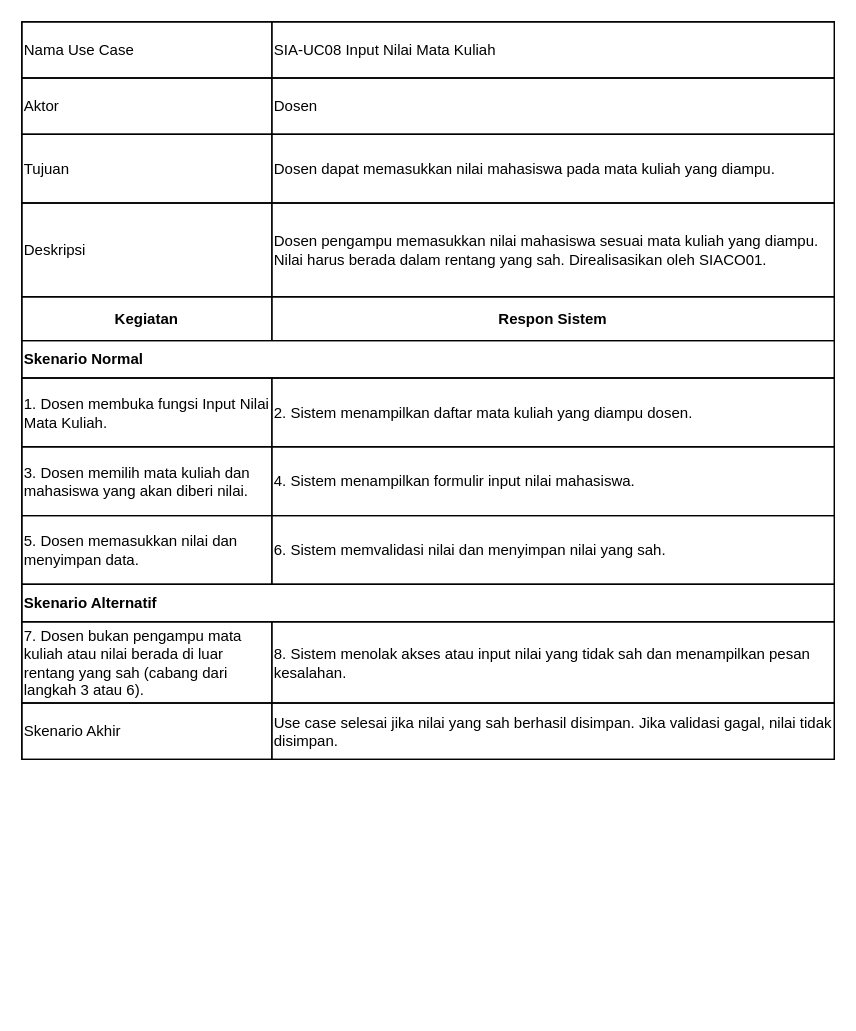
This is page "SIA-UC08" (2 of 7) of 04_model_analisis/P05/SIA/P05_2406030_SIA_skenario_v01.drawio from eyka02/IFRWP5149_2406030_LabAlat, a draw.io file, before an edit. Source tidied: cells renumbered, new cells numbered last; positions are measured from the earlier drawing's top-left corner, leaving out a move shared by most shapes. Both pictures are drawn from the tidied source at 125%, with x=0, y=0 at pixel (21, 21).
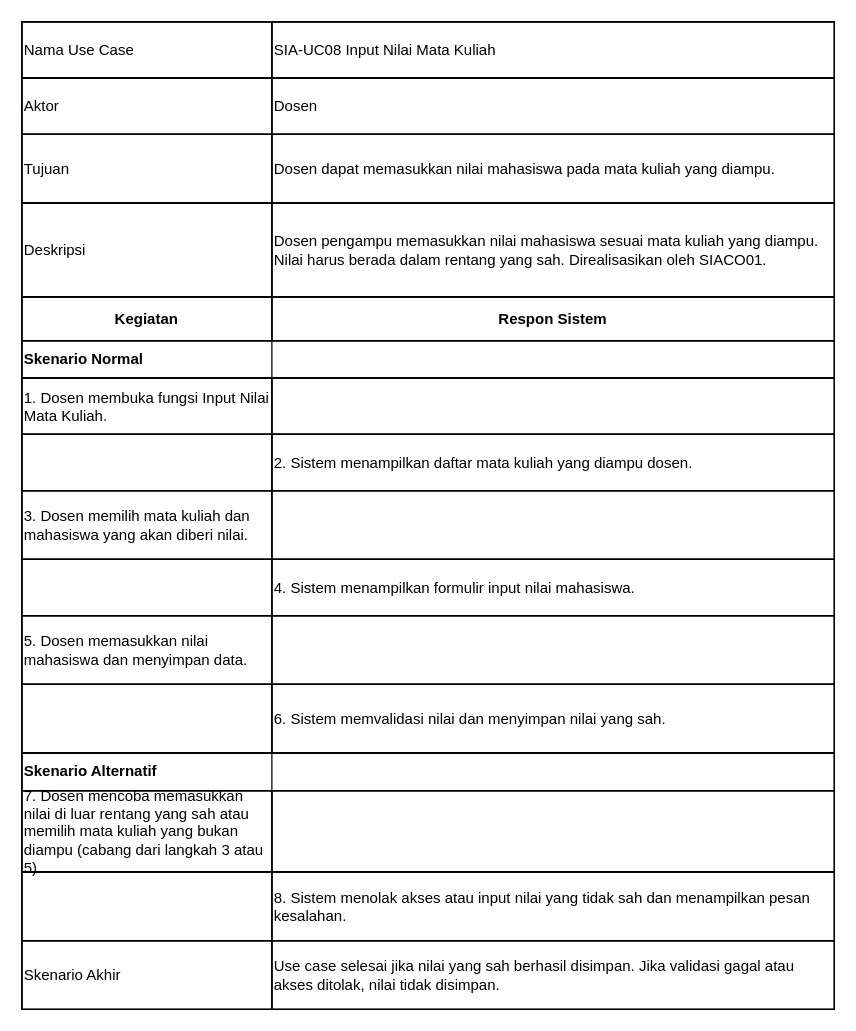
After the change.

The edit, as a diff of the source:
```diff
@@
-    <mxCell id="2" style="shape=table;startSize=0;childLayout=tableLayout;fixedHeader=1;tableRender=collapsed;fillColor=none;strokeColor=#000000;" parent="1" vertex="1">
-      <mxGeometry width="650" height="590" as="geometry" />
+    <mxCell id="2" style="shape=table;startSize=0;childLayout=tableLayout;fixedHeader=1;tableRender=collapsed;fillColor=none;strokeColor=#000000;strokeWidth=1;" parent="1" vertex="1">
+      <mxGeometry width="650" height="790" as="geometry" />
     </mxCell>
-    <mxCell id="3" style="shape=tableRow;horizontal=0;startSize=0;" parent="2" vertex="1">
+    <mxCell id="3" style="shape=tableRow;horizontal=0;startSize=0;strokeColor=#000000;strokeWidth=1;fillColor=none;" parent="2" vertex="1">
       <mxGeometry width="650" height="45" as="geometry" />
     </mxCell>
-    <mxCell id="4" value="Nama Use Case" style="shape=partialRectangle;html=1;whiteSpace=wrap;align=left;verticalAlign=middle;fillColor=none;strokeColor=#000000;" parent="3" vertex="1">
+    <mxCell id="4" value="Nama Use Case" style="shape=partialRectangle;html=1;whiteSpace=wrap;align=left;verticalAlign=middle;fillColor=none;strokeColor=#000000;strokeWidth=1;" parent="3" vertex="1">
       <mxGeometry width="200" height="45" as="geometry" />
     </mxCell>
-    <mxCell id="5" value="SIA-UC08 Input Nilai Mata Kuliah" style="shape=partialRectangle;html=1;whiteSpace=wrap;align=left;verticalAlign=middle;fillColor=none;strokeColor=#000000;" parent="3" vertex="1">
+    <mxCell id="5" value="SIA-UC08 Input Nilai Mata Kuliah" style="shape=partialRectangle;html=1;whiteSpace=wrap;align=left;verticalAlign=middle;fillColor=none;strokeColor=#000000;strokeWidth=1;" parent="3" vertex="1">
       <mxGeometry x="200" width="450" height="45" as="geometry" />
     </mxCell>
-    <mxCell id="6" style="shape=tableRow;horizontal=0;startSize=0;" parent="2" vertex="1">
+    <mxCell id="6" style="shape=tableRow;horizontal=0;startSize=0;strokeColor=#000000;strokeWidth=1;fillColor=none;" parent="2" vertex="1">
       <mxGeometry y="45" width="650" height="45" as="geometry" />
     </mxCell>
-    <mxCell id="7" value="Aktor" style="shape=partialRectangle;html=1;whiteSpace=wrap;align=left;verticalAlign=middle;fillColor=none;strokeColor=#000000;" parent="6" vertex="1">
+    <mxCell id="7" value="Aktor" style="shape=partialRectangle;html=1;whiteSpace=wrap;align=left;verticalAlign=middle;fillColor=none;strokeColor=#000000;strokeWidth=1;" parent="6" vertex="1">
       <mxGeometry width="200" height="45" as="geometry" />
     </mxCell>
-    <mxCell id="8" value="Dosen" style="shape=partialRectangle;html=1;whiteSpace=wrap;align=left;verticalAlign=middle;fillColor=none;strokeColor=#000000;" parent="6" vertex="1">
+    <mxCell id="8" value="Dosen" style="shape=partialRectangle;html=1;whiteSpace=wrap;align=left;verticalAlign=middle;fillColor=none;strokeColor=#000000;strokeWidth=1;" parent="6" vertex="1">
       <mxGeometry x="200" width="450" height="45" as="geometry" />
     </mxCell>
-    <mxCell id="9" style="shape=tableRow;horizontal=0;startSize=0;" parent="2" vertex="1">
+    <mxCell id="9" style="shape=tableRow;horizontal=0;startSize=0;strokeColor=#000000;strokeWidth=1;fillColor=none;" parent="2" vertex="1">
       <mxGeometry y="90" width="650" height="55" as="geometry" />
     </mxCell>
-    <mxCell id="10" value="Tujuan" style="shape=partialRectangle;html=1;whiteSpace=wrap;align=left;verticalAlign=middle;fillColor=none;strokeColor=#000000;" parent="9" vertex="1">
+    <mxCell id="10" value="Tujuan" style="shape=partialRectangle;html=1;whiteSpace=wrap;align=left;verticalAlign=middle;fillColor=none;strokeColor=#000000;strokeWidth=1;" parent="9" vertex="1">
       <mxGeometry width="200" height="55" as="geometry" />
     </mxCell>
-    <mxCell id="11" value="Dosen dapat memasukkan nilai mahasiswa pada mata kuliah yang diampu." style="shape=partialRectangle;html=1;whiteSpace=wrap;align=left;verticalAlign=middle;fillColor=none;strokeColor=#000000;" parent="9" vertex="1">
+    <mxCell id="11" value="Dosen dapat memasukkan nilai mahasiswa pada mata kuliah yang diampu." style="shape=partialRectangle;html=1;whiteSpace=wrap;align=left;verticalAlign=middle;fillColor=none;strokeColor=#000000;strokeWidth=1;" parent="9" vertex="1">
       <mxGeometry x="200" width="450" height="55" as="geometry" />
     </mxCell>
-    <mxCell id="12" style="shape=tableRow;horizontal=0;startSize=0;" parent="2" vertex="1">
+    <mxCell id="12" style="shape=tableRow;horizontal=0;startSize=0;strokeColor=#000000;strokeWidth=1;fillColor=none;" parent="2" vertex="1">
       <mxGeometry y="145" width="650" height="75" as="geometry" />
     </mxCell>
-    <mxCell id="13" value="Deskripsi" style="shape=partialRectangle;html=1;whiteSpace=wrap;align=left;verticalAlign=middle;fillColor=none;strokeColor=#000000;" parent="12" vertex="1">
+    <mxCell id="13" value="Deskripsi" style="shape=partialRectangle;html=1;whiteSpace=wrap;align=left;verticalAlign=middle;fillColor=none;strokeColor=#000000;strokeWidth=1;" parent="12" vertex="1">
       <mxGeometry width="200" height="75" as="geometry" />
     </mxCell>
-    <mxCell id="14" value="Dosen pengampu memasukkan nilai mahasiswa sesuai mata kuliah yang diampu. Nilai harus berada dalam rentang yang sah. Direalisasikan oleh SIACO01." style="shape=partialRectangle;html=1;whiteSpace=wrap;align=left;verticalAlign=middle;fillColor=none;strokeColor=#000000;" parent="12" vertex="1">
+    <mxCell id="14" value="Dosen pengampu memasukkan nilai mahasiswa sesuai mata kuliah yang diampu. Nilai harus berada dalam rentang yang sah. Direalisasikan oleh SIACO01." style="shape=partialRectangle;html=1;whiteSpace=wrap;align=left;verticalAlign=middle;fillColor=none;strokeColor=#000000;strokeWidth=1;" parent="12" vertex="1">
       <mxGeometry x="200" width="450" height="75" as="geometry" />
     </mxCell>
-    <mxCell id="15" style="shape=tableRow;horizontal=0;startSize=0;" parent="2" vertex="1">
+    <mxCell id="15" style="shape=tableRow;horizontal=0;startSize=0;strokeColor=#000000;strokeWidth=1;fillColor=none;" parent="2" vertex="1">
       <mxGeometry y="220" width="650" height="35" as="geometry" />
     </mxCell>
-    <mxCell id="16" value="Kegiatan" style="shape=partialRectangle;html=1;whiteSpace=wrap;align=center;verticalAlign=middle;fontStyle=1;fillColor=none;strokeColor=#000000;" parent="15" vertex="1">
+    <mxCell id="16" value="Kegiatan" style="shape=partialRectangle;html=1;whiteSpace=wrap;align=center;verticalAlign=middle;fontStyle=1;fillColor=none;strokeColor=#000000;strokeWidth=1;" parent="15" vertex="1">
       <mxGeometry width="200" height="35" as="geometry" />
     </mxCell>
-    <mxCell id="17" value="Respon Sistem" style="shape=partialRectangle;html=1;whiteSpace=wrap;align=center;verticalAlign=middle;fontStyle=1;fillColor=none;strokeColor=#000000;" parent="15" vertex="1">
+    <mxCell id="17" value="Respon Sistem" style="shape=partialRectangle;html=1;whiteSpace=wrap;align=center;verticalAlign=middle;fontStyle=1;fillColor=none;strokeColor=#000000;strokeWidth=1;" parent="15" vertex="1">
       <mxGeometry x="200" width="450" height="35" as="geometry" />
     </mxCell>
-    <mxCell id="18" style="shape=tableRow;horizontal=0;startSize=0;" parent="2" vertex="1">
+    <mxCell id="18" style="shape=tableRow;horizontal=0;startSize=0;strokeColor=#000000;strokeWidth=1;fillColor=none;" parent="2" vertex="1">
       <mxGeometry y="255" width="650" height="30" as="geometry" />
     </mxCell>
-    <mxCell id="19" value="Skenario Normal" style="shape=partialRectangle;html=1;whiteSpace=wrap;align=left;verticalAlign=middle;fontStyle=1;fillColor=none;strokeColor=#000000;" parent="18" vertex="1">
+    <mxCell id="19" value="Skenario Normal" style="shape=partialRectangle;html=1;whiteSpace=wrap;align=left;verticalAlign=middle;fontStyle=1;fillColor=none;strokeColor=#000000;strokeWidth=1;" parent="18" vertex="1">
       <mxGeometry width="650" height="30" as="geometry" />
     </mxCell>
-    <mxCell id="20" style="shape=tableRow;horizontal=0;startSize=0;" parent="2" vertex="1">
-      <mxGeometry y="285" width="650" height="55" as="geometry" />
+    <mxCell id="20" style="shape=tableRow;horizontal=0;startSize=0;strokeColor=#000000;strokeWidth=1;fillColor=none;" parent="2" vertex="1">
+      <mxGeometry y="285" width="650" height="45" as="geometry" />
     </mxCell>
-    <mxCell id="21" value="1. Dosen membuka fungsi Input Nilai Mata Kuliah." style="shape=partialRectangle;html=1;whiteSpace=wrap;align=left;verticalAlign=middle;fillColor=none;strokeColor=#000000;" parent="20" vertex="1">
-      <mxGeometry width="200" height="55" as="geometry" />
+    <mxCell id="21" value="1. Dosen membuka fungsi Input Nilai Mata Kuliah." style="shape=partialRectangle;html=1;whiteSpace=wrap;align=left;verticalAlign=middle;fillColor=none;strokeColor=#000000;strokeWidth=1;" parent="20" vertex="1">
+      <mxGeometry width="200" height="45" as="geometry" />
     </mxCell>
-    <mxCell id="22" value="2. Sistem menampilkan daftar mata kuliah yang diampu dosen." style="shape=partialRectangle;html=1;whiteSpace=wrap;align=left;verticalAlign=middle;fillColor=none;strokeColor=#000000;" parent="20" vertex="1">
-      <mxGeometry x="200" width="450" height="55" as="geometry" />
+    <mxCell id="22" style="shape=partialRectangle;html=1;whiteSpace=wrap;align=left;verticalAlign=middle;fillColor=none;strokeColor=#000000;strokeWidth=1;" parent="20" vertex="1">
+      <mxGeometry x="200" width="450" height="45" as="geometry" />
     </mxCell>
-    <mxCell id="23" style="shape=tableRow;horizontal=0;startSize=0;" parent="2" vertex="1">
-      <mxGeometry y="340" width="650" height="55" as="geometry" />
+    <mxCell id="23" style="shape=tableRow;horizontal=0;startSize=0;strokeColor=#000000;strokeWidth=1;fillColor=none;" parent="2" vertex="1">
+      <mxGeometry y="330" width="650" height="45" as="geometry" />
     </mxCell>
-    <mxCell id="24" value="3. Dosen memilih mata kuliah dan mahasiswa yang akan diberi nilai." style="shape=partialRectangle;html=1;whiteSpace=wrap;align=left;verticalAlign=middle;fillColor=none;strokeColor=#000000;" parent="23" vertex="1">
-      <mxGeometry width="200" height="55" as="geometry" />
+    <mxCell id="24" style="shape=partialRectangle;html=1;whiteSpace=wrap;align=left;verticalAlign=middle;fillColor=none;strokeColor=#000000;strokeWidth=1;" parent="23" vertex="1">
+      <mxGeometry width="200" height="45" as="geometry" />
     </mxCell>
-    <mxCell id="25" value="4. Sistem menampilkan formulir input nilai mahasiswa." style="shape=partialRectangle;html=1;whiteSpace=wrap;align=left;verticalAlign=middle;fillColor=none;strokeColor=#000000;" parent="23" vertex="1">
-      <mxGeometry x="200" width="450" height="55" as="geometry" />
+    <mxCell id="25" value="2. Sistem menampilkan daftar mata kuliah yang diampu dosen." style="shape=partialRectangle;html=1;whiteSpace=wrap;align=left;verticalAlign=middle;fillColor=none;strokeColor=#000000;strokeWidth=1;" parent="23" vertex="1">
+      <mxGeometry x="200" width="450" height="45" as="geometry" />
     </mxCell>
-    <mxCell id="26" style="shape=tableRow;horizontal=0;startSize=0;" parent="2" vertex="1">
-      <mxGeometry y="395" width="650" height="55" as="geometry" />
+    <mxCell id="26" style="shape=tableRow;horizontal=0;startSize=0;strokeColor=#000000;strokeWidth=1;fillColor=none;" parent="2" vertex="1">
+      <mxGeometry y="375" width="650" height="55" as="geometry" />
     </mxCell>
-    <mxCell id="27" value="5. Dosen memasukkan nilai dan menyimpan data." style="shape=partialRectangle;html=1;whiteSpace=wrap;align=left;verticalAlign=middle;fillColor=none;strokeColor=#000000;" parent="26" vertex="1">
+    <mxCell id="27" value="3. Dosen memilih mata kuliah dan mahasiswa yang akan diberi nilai." style="shape=partialRectangle;html=1;whiteSpace=wrap;align=left;verticalAlign=middle;fillColor=none;strokeColor=#000000;strokeWidth=1;" parent="26" vertex="1">
       <mxGeometry width="200" height="55" as="geometry" />
     </mxCell>
-    <mxCell id="28" value="6. Sistem memvalidasi nilai dan menyimpan nilai yang sah." style="shape=partialRectangle;html=1;whiteSpace=wrap;align=left;verticalAlign=middle;fillColor=none;strokeColor=#000000;" parent="26" vertex="1">
+    <mxCell id="28" style="shape=partialRectangle;html=1;whiteSpace=wrap;align=left;verticalAlign=middle;fillColor=none;strokeColor=#000000;strokeWidth=1;" parent="26" vertex="1">
       <mxGeometry x="200" width="450" height="55" as="geometry" />
     </mxCell>
-    <mxCell id="29" style="shape=tableRow;horizontal=0;startSize=0;" parent="2" vertex="1">
-      <mxGeometry y="450" width="650" height="30" as="geometry" />
+    <mxCell id="29" style="shape=tableRow;horizontal=0;startSize=0;strokeColor=#000000;strokeWidth=1;fillColor=none;" parent="2" vertex="1">
+      <mxGeometry y="430" width="650" height="45" as="geometry" />
     </mxCell>
-    <mxCell id="30" value="Skenario Alternatif" style="shape=partialRectangle;html=1;whiteSpace=wrap;align=left;verticalAlign=middle;fontStyle=1;fillColor=none;strokeColor=#000000;" parent="29" vertex="1">
-      <mxGeometry width="650" height="30" as="geometry" />
-    </mxCell>
+    <mxCell id="37" style="shape=partialRectangle;html=1;whiteSpace=wrap;align=left;verticalAlign=middle;fillColor=none;strokeColor=#000000;strokeWidth=1;" parent="29" vertex="1">
+      <mxGeometry width="200" height="45" as="geometry" />
+    </mxCell>
+    <mxCell id="38" value="4. Sistem menampilkan formulir input nilai mahasiswa." style="shape=partialRectangle;html=1;whiteSpace=wrap;align=left;verticalAlign=middle;fillColor=none;strokeColor=#000000;strokeWidth=1;" parent="29" vertex="1">
+      <mxGeometry x="200" width="450" height="45" as="geometry" />
+    </mxCell>
-    <mxCell id="31" style="shape=tableRow;horizontal=0;startSize=0;" parent="2" vertex="1">
-      <mxGeometry y="480" width="650" height="65" as="geometry" />
+    <mxCell id="31" style="shape=tableRow;horizontal=0;startSize=0;strokeColor=#000000;strokeWidth=1;fillColor=none;" parent="2" vertex="1">
+      <mxGeometry y="475" width="650" height="55" as="geometry" />
     </mxCell>
-    <mxCell id="32" value="7. Dosen bukan pengampu mata kuliah atau nilai berada di luar rentang yang sah (cabang dari langkah 3 atau 6)." style="shape=partialRectangle;html=1;whiteSpace=wrap;align=left;verticalAlign=middle;fillColor=none;strokeColor=#000000;" parent="31" vertex="1">
-      <mxGeometry width="200" height="65" as="geometry" />
+    <mxCell id="32" value="5. Dosen memasukkan nilai mahasiswa dan menyimpan data." style="shape=partialRectangle;html=1;whiteSpace=wrap;align=left;verticalAlign=middle;fillColor=none;strokeColor=#000000;strokeWidth=1;" parent="31" vertex="1">
+      <mxGeometry width="200" height="55" as="geometry" />
     </mxCell>
-    <mxCell id="33" value="8. Sistem menolak akses atau input nilai yang tidak sah dan menampilkan pesan kesalahan." style="shape=partialRectangle;html=1;whiteSpace=wrap;align=left;verticalAlign=middle;fillColor=none;strokeColor=#000000;" parent="31" vertex="1">
-      <mxGeometry x="200" width="450" height="65" as="geometry" />
+    <mxCell id="33" style="shape=partialRectangle;html=1;whiteSpace=wrap;align=left;verticalAlign=middle;fillColor=none;strokeColor=#000000;strokeWidth=1;" parent="31" vertex="1">
+      <mxGeometry x="200" width="450" height="55" as="geometry" />
     </mxCell>
-    <mxCell id="34" style="shape=tableRow;horizontal=0;startSize=0;" parent="2" vertex="1">
-      <mxGeometry y="545" width="650" height="45" as="geometry" />
+    <mxCell id="34" style="shape=tableRow;horizontal=0;startSize=0;strokeColor=#000000;strokeWidth=1;fillColor=none;" parent="2" vertex="1">
+      <mxGeometry y="530" width="650" height="55" as="geometry" />
     </mxCell>
-    <mxCell id="35" value="Skenario Akhir" style="shape=partialRectangle;html=1;whiteSpace=wrap;align=left;verticalAlign=middle;fillColor=none;strokeColor=#000000;" parent="34" vertex="1">
-      <mxGeometry width="200" height="45" as="geometry" />
+    <mxCell id="35" style="shape=partialRectangle;html=1;whiteSpace=wrap;align=left;verticalAlign=middle;fillColor=none;strokeColor=#000000;strokeWidth=1;" parent="34" vertex="1">
+      <mxGeometry width="200" height="55" as="geometry" />
     </mxCell>
-    <mxCell id="36" value="Use case selesai jika nilai yang sah berhasil disimpan. Jika validasi gagal, nilai tidak disimpan." style="shape=partialRectangle;html=1;whiteSpace=wrap;align=left;verticalAlign=middle;fillColor=none;strokeColor=#000000;" parent="34" vertex="1">
-      <mxGeometry x="200" width="450" height="45" as="geometry" />
+    <mxCell id="36" value="6. Sistem memvalidasi nilai dan menyimpan nilai yang sah." style="shape=partialRectangle;html=1;whiteSpace=wrap;align=left;verticalAlign=middle;fillColor=none;strokeColor=#000000;strokeWidth=1;" parent="34" vertex="1">
+      <mxGeometry x="200" width="450" height="55" as="geometry" />
     </mxCell>
+    <mxCell id="39" style="shape=tableRow;horizontal=0;startSize=0;strokeColor=#000000;strokeWidth=1;fillColor=none;" parent="2" vertex="1">
+      <mxGeometry y="585" width="650" height="30" as="geometry" />
+    </mxCell>
+    <mxCell id="30" value="Skenario Alternatif" style="shape=partialRectangle;html=1;whiteSpace=wrap;align=left;verticalAlign=middle;fontStyle=1;fillColor=none;strokeColor=#000000;strokeWidth=1;" parent="39" vertex="1">
+      <mxGeometry width="650" height="30" as="geometry" />
+    </mxCell>
+    <mxCell id="40" style="shape=tableRow;horizontal=0;startSize=0;strokeColor=#000000;strokeWidth=1;fillColor=none;" parent="2" vertex="1">
+      <mxGeometry y="615" width="650" height="65" as="geometry" />
+    </mxCell>
+    <mxCell id="41" value="7. Dosen mencoba memasukkan nilai di luar rentang yang sah atau memilih mata kuliah yang bukan diampu (cabang dari langkah 3 atau 5)." style="shape=partialRectangle;html=1;whiteSpace=wrap;align=left;verticalAlign=middle;fillColor=none;strokeColor=#000000;strokeWidth=1;" parent="40" vertex="1">
+      <mxGeometry width="200" height="65" as="geometry" />
+    </mxCell>
+    <mxCell id="42" style="shape=partialRectangle;html=1;whiteSpace=wrap;align=left;verticalAlign=middle;fillColor=none;strokeColor=#000000;strokeWidth=1;" parent="40" vertex="1">
+      <mxGeometry x="200" width="450" height="65" as="geometry" />
+    </mxCell>
+    <mxCell id="43" style="shape=tableRow;horizontal=0;startSize=0;strokeColor=#000000;strokeWidth=1;fillColor=none;" parent="2" vertex="1">
+      <mxGeometry y="680" width="650" height="55" as="geometry" />
+    </mxCell>
+    <mxCell id="44" style="shape=partialRectangle;html=1;whiteSpace=wrap;align=left;verticalAlign=middle;fillColor=none;strokeColor=#000000;strokeWidth=1;" parent="43" vertex="1">
+      <mxGeometry width="200" height="55" as="geometry" />
+    </mxCell>
+    <mxCell id="45" value="8. Sistem menolak akses atau input nilai yang tidak sah dan menampilkan pesan kesalahan." style="shape=partialRectangle;html=1;whiteSpace=wrap;align=left;verticalAlign=middle;fillColor=none;strokeColor=#000000;strokeWidth=1;" parent="43" vertex="1">
+      <mxGeometry x="200" width="450" height="55" as="geometry" />
+    </mxCell>
+    <mxCell id="46" style="shape=tableRow;horizontal=0;startSize=0;strokeColor=#000000;strokeWidth=1;fillColor=none;" parent="2" vertex="1">
+      <mxGeometry y="735" width="650" height="55" as="geometry" />
+    </mxCell>
+    <mxCell id="47" value="Skenario Akhir" style="shape=partialRectangle;html=1;whiteSpace=wrap;align=left;verticalAlign=middle;fillColor=none;strokeColor=#000000;strokeWidth=1;" parent="46" vertex="1">
+      <mxGeometry width="200" height="55" as="geometry" />
+    </mxCell>
+    <mxCell id="48" value="Use case selesai jika nilai yang sah berhasil disimpan. Jika validasi gagal atau akses ditolak, nilai tidak disimpan." style="shape=partialRectangle;html=1;whiteSpace=wrap;align=left;verticalAlign=middle;fillColor=none;strokeColor=#000000;strokeWidth=1;" parent="46" vertex="1">
+      <mxGeometry x="200" width="450" height="55" as="geometry" />
+    </mxCell>
```
